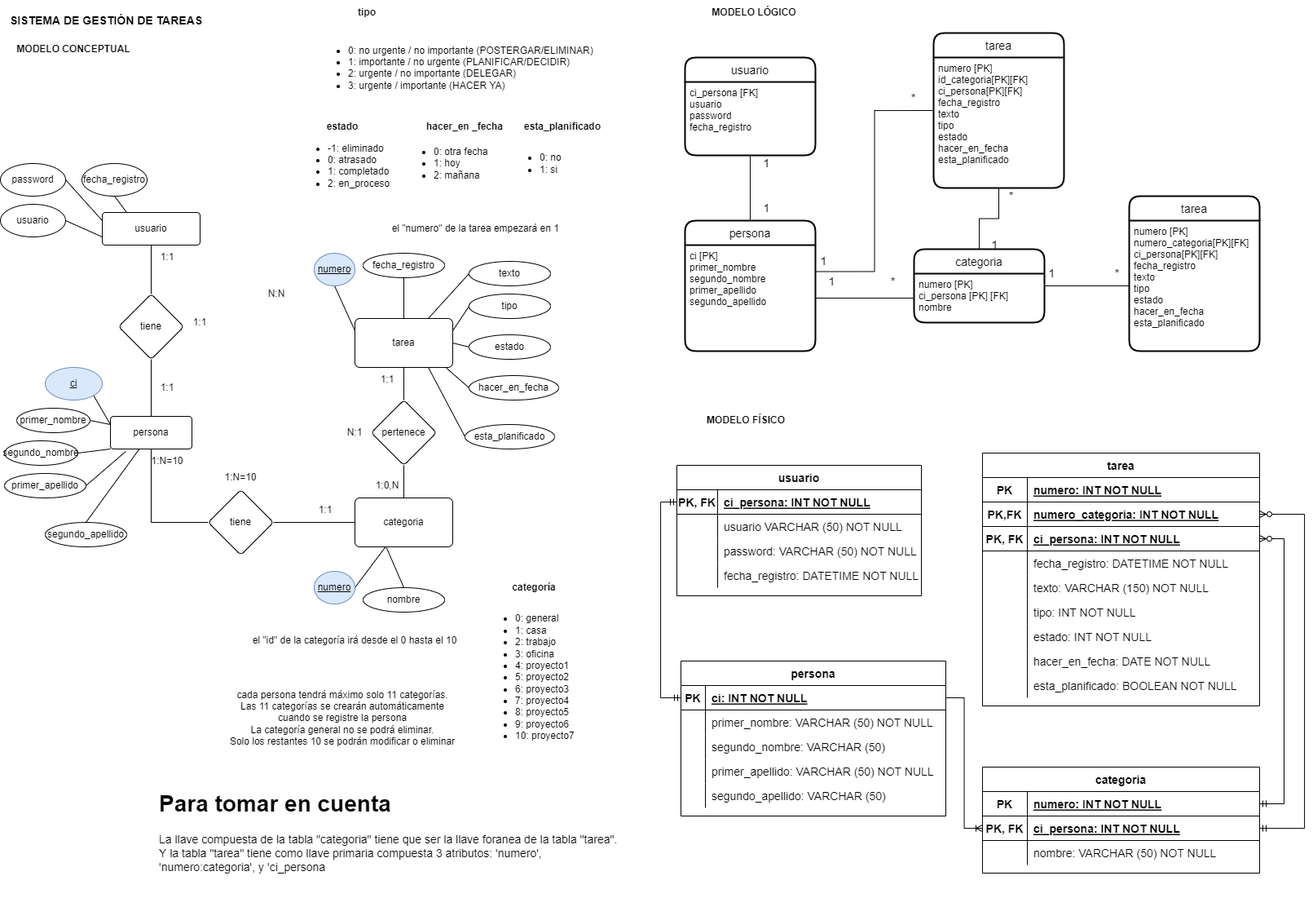
Earlier version of the draw.io export modelo_logico_y_fisico.png (German-G-M/gestion_de_tareas). Source tidied: cells renumbered, new cells last; positions are measured from the earlier drawing's top-left corner, leaving out a move shared by most shapes.
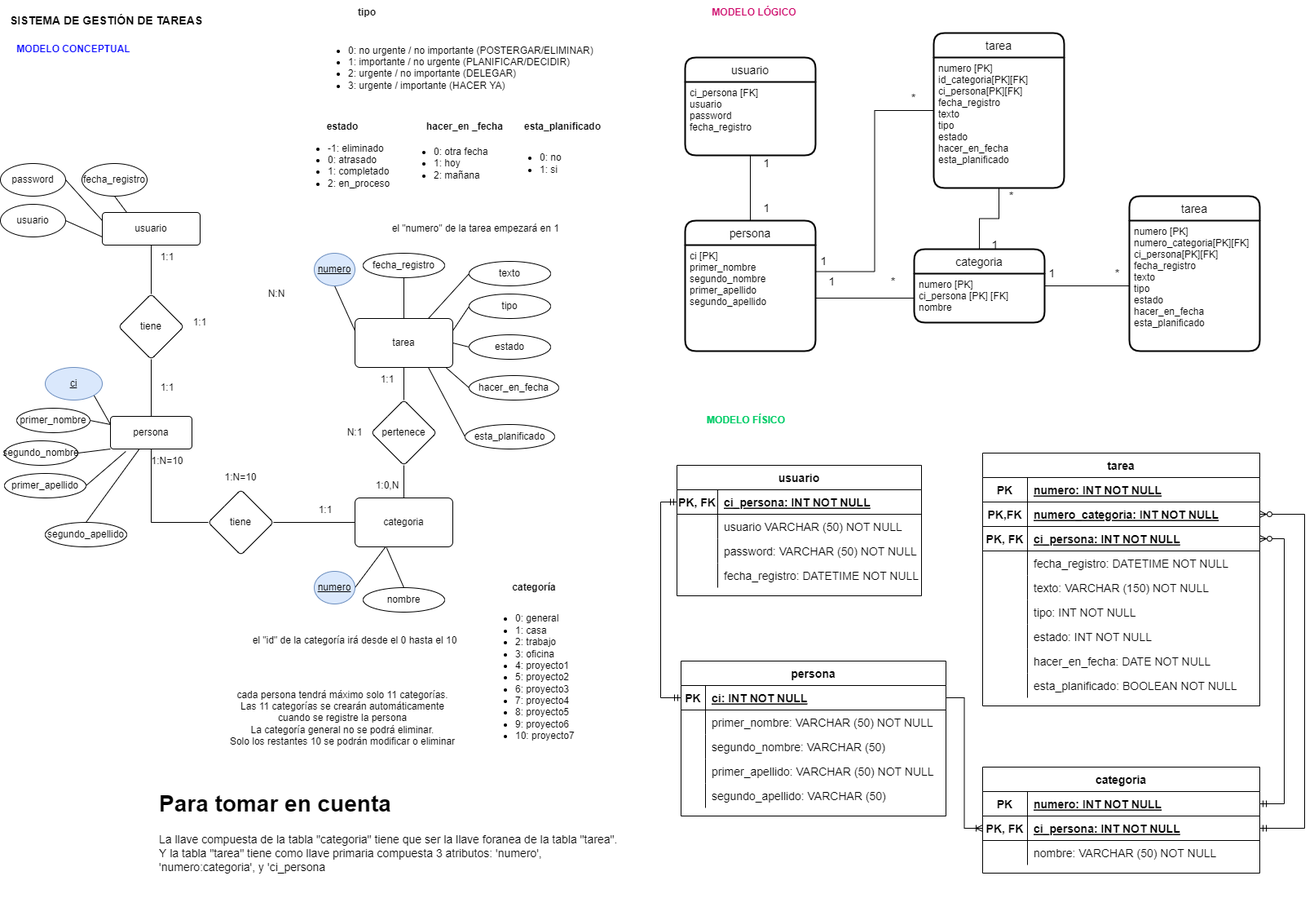
After the commit.

Change to the diagram source:
```diff
@@ -2,7 +2,7 @@
   <root>
     <mxCell id="0" />
     <mxCell id="1" parent="0" />
-    <mxCell id="2" value="&lt;b&gt;MODELO CONCEPTUAL&lt;/b&gt;" style="text;html=1;strokeColor=none;fillColor=none;align=center;verticalAlign=middle;whiteSpace=wrap;rounded=0;" parent="1" vertex="1">
+    <mxCell id="2" value="&lt;b&gt;&lt;font color=&quot;#0000ff&quot;&gt;MODELO CONCEPTUAL&lt;/font&gt;&lt;/b&gt;" style="text;html=1;strokeColor=none;fillColor=none;align=center;verticalAlign=middle;whiteSpace=wrap;rounded=0;" parent="1" vertex="1">
       <mxGeometry x="10" y="45" width="160" height="30" as="geometry" />
     </mxCell>
     <mxCell id="3" style="edgeStyle=orthogonalEdgeStyle;rounded=0;jettySize=auto;html=1;endArrow=none;endFill=0;" parent="1" edge="1" source="4" target="24">
@@ -229,7 +229,7 @@
     <mxCell id="74" value="ci [PK]&#10;primer_nombre&#10;segundo_nombre&#10;primer_apellido&#10;segundo_apellido&#10;" style="align=left;strokeColor=none;fillColor=none;spacingLeft=4;fontSize=12;verticalAlign=top;" parent="73" vertex="1">
       <mxGeometry y="30" width="160" height="130" as="geometry" />
     </mxCell>
-    <mxCell id="75" value="&lt;b&gt;MODELO LÓGICO&lt;/b&gt;" style="text;html=1;strokeColor=none;fillColor=none;align=center;verticalAlign=middle;whiteSpace=wrap;rounded=0;" parent="1" vertex="1">
+    <mxCell id="75" value="&lt;b&gt;&lt;font color=&quot;#cc0066&quot;&gt;MODELO LÓGICO&lt;/font&gt;&lt;/b&gt;" style="text;html=1;strokeColor=none;fillColor=none;align=center;verticalAlign=middle;whiteSpace=wrap;rounded=0;" parent="1" vertex="1">
       <mxGeometry x="845" width="160" height="30" as="geometry" />
     </mxCell>
     <mxCell id="76" value="usuario" style="swimlane;horizontal=1;startSize=30;rounded=1;fontSize=14;fontStyle=0;strokeWidth=2;shadow=0;dashed=0;align=center;" parent="1" vertex="1">
@@ -274,7 +274,7 @@
     <mxCell id="89" value="*" style="text;html=1;align=center;verticalAlign=middle;strokeColor=none;fillColor=none;fontSize=14;" parent="1" vertex="1">
       <mxGeometry x="1355" y="320" width="30" height="30" as="geometry" />
     </mxCell>
-    <mxCell id="90" value="&lt;b&gt;MODELO FÍSICO&lt;/b&gt;" style="text;html=1;strokeColor=none;fillColor=none;align=center;verticalAlign=middle;whiteSpace=wrap;rounded=0;" parent="1" vertex="1">
+    <mxCell id="90" value="&lt;b&gt;&lt;font color=&quot;#00cc66&quot;&gt;MODELO FÍSICO&lt;/font&gt;&lt;/b&gt;" style="text;html=1;strokeColor=none;fillColor=none;align=center;verticalAlign=middle;whiteSpace=wrap;rounded=0;" parent="1" vertex="1">
       <mxGeometry x="835" y="500" width="160" height="30" as="geometry" />
     </mxCell>
     <mxCell id="91" value="el &quot;id&quot; de la categoría irá desde el 0 hasta el 10" style="text;html=1;strokeColor=none;fillColor=none;align=center;verticalAlign=middle;whiteSpace=wrap;rounded=0;" parent="1" vertex="1">
```
